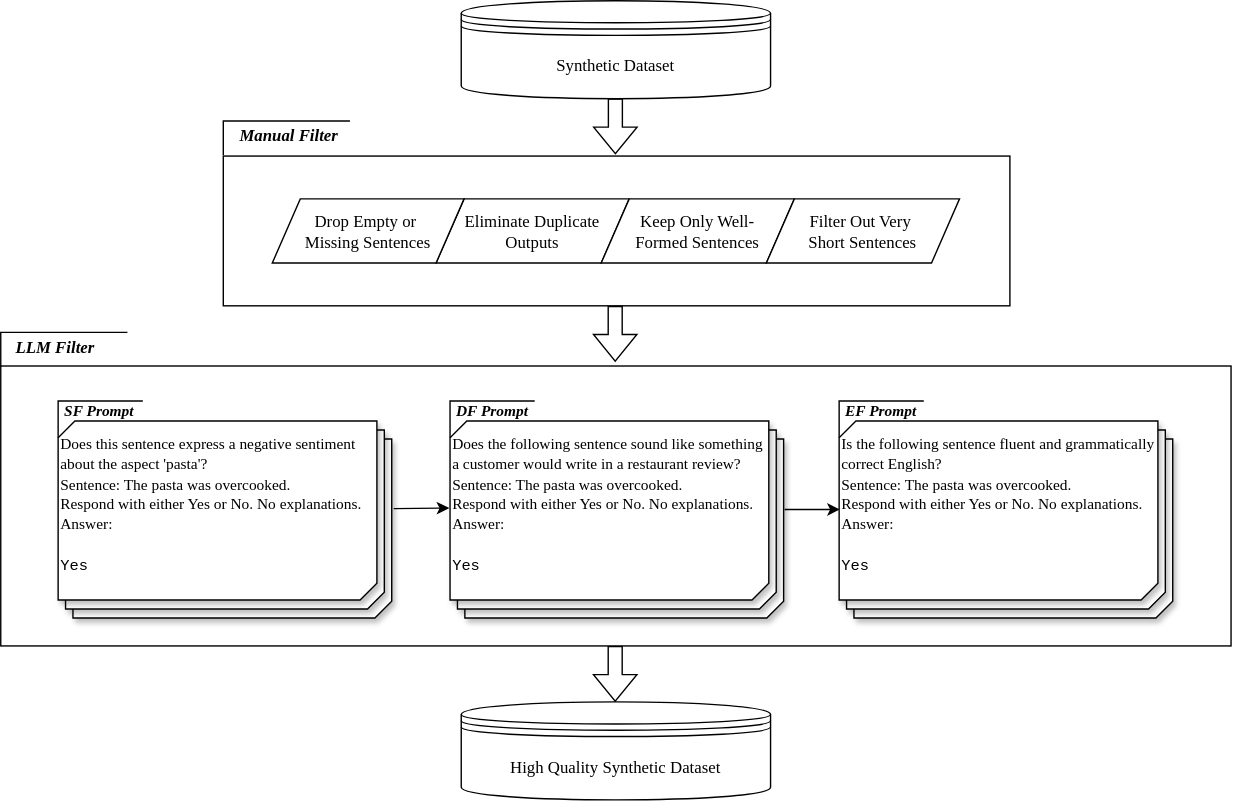
Earlier version of the draw.io export filtering_pipeline.drawio.svg (sara-kaczmarek/LLMB4ABSC). Source tidied: cells renumbered, new cells last; positions are measured from the earlier drawing's top-left corner, leaving out a move shared by most shapes.
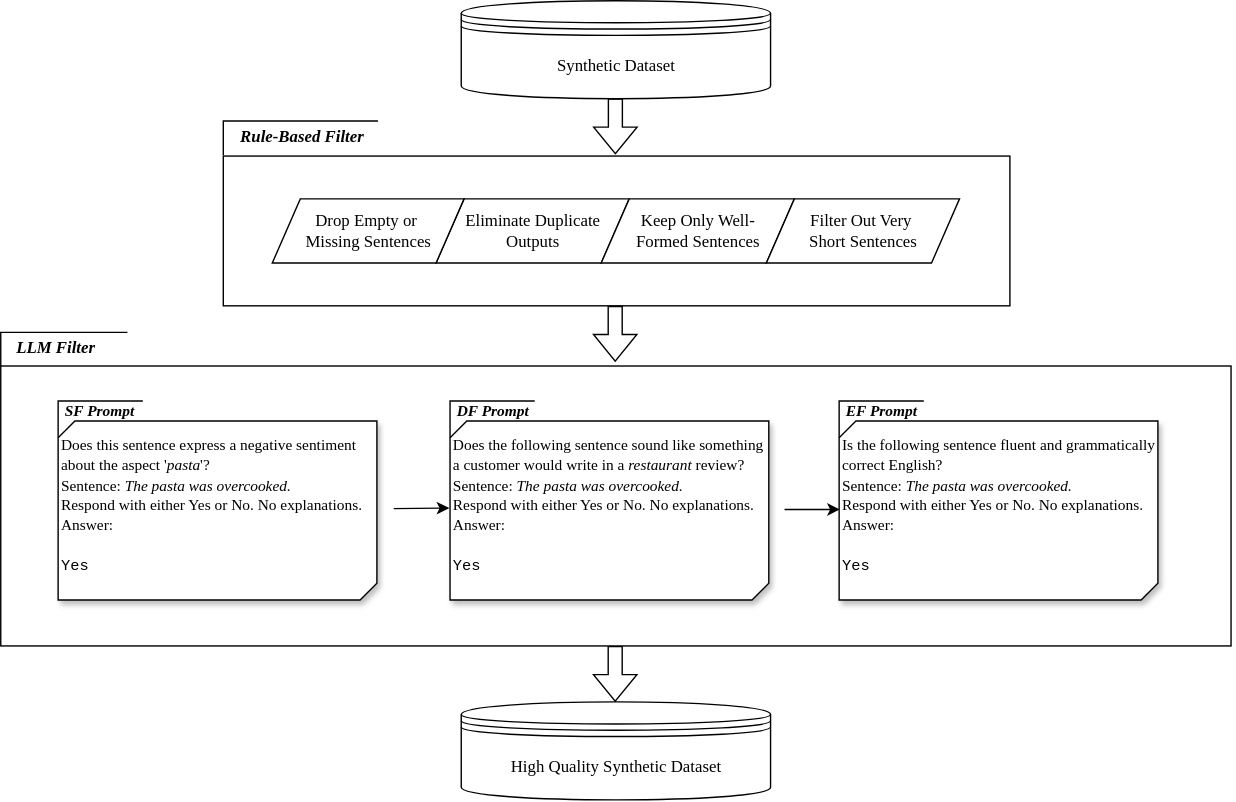
After the commit.

What changed in the source:
```diff
@@ -8,19 +8,13 @@
     <mxCell id="3" style="group;" parent="1" vertex="1">
       <mxGeometry x="41" y="281" width="841" height="160" as="geometry" />
     </mxCell>
-    <mxCell id="4" style="verticalLabelPosition=bottom;verticalAlign=top;html=1;shape=mxgraph.basic.diag_snip_rect;dx=6;whiteSpace=wrap;shadow=1;" parent="3" vertex="1">
-      <mxGeometry x="10.6" y="32.1" width="227.7" height="127.9" as="geometry" />
-    </mxCell>
-    <mxCell id="5" style="verticalLabelPosition=bottom;verticalAlign=top;html=1;shape=mxgraph.basic.diag_snip_rect;dx=6;whiteSpace=wrap;shadow=1;" parent="3" vertex="1">
-      <mxGeometry x="5.3" y="25.7" width="227.7" height="127.9" as="geometry" />
-    </mxCell>
     <mxCell id="6" style="verticalLabelPosition=bottom;verticalAlign=top;html=1;shape=mxgraph.basic.diag_snip_rect;dx=6;whiteSpace=wrap;shadow=1;" parent="3" vertex="1">
       <mxGeometry y="19.3" width="227.7" height="127.9" as="geometry" />
     </mxCell>
     <mxCell id="7" style="shape=partialRectangle;whiteSpace=wrap;html=1;bottom=0;right=0;fillColor=none;" parent="3" vertex="1">
       <mxGeometry y="5" width="60" height="25.7" as="geometry" />
     </mxCell>
-    <mxCell id="8" value="&lt;p style=&quot;&quot;&gt;&lt;br&gt;&lt;/p&gt;&lt;div style=&quot;&quot;&gt;&lt;span style=&quot;background-color: transparent;&quot;&gt;&lt;font face=&quot;Times New Roman&quot; style=&quot;font-size: 11px; color: light-dark(rgb(0, 0, 0), rgb(255, 255, 255));&quot;&gt;Does this sentence express a negative&amp;nbsp;&lt;/font&gt;&lt;/span&gt;&lt;span style=&quot;color: light-dark(rgb(0, 0, 0), rgb(255, 255, 255)); font-size: 11px; font-family: &amp;quot;Times New Roman&amp;quot;; background-color: transparent;&quot;&gt;sentiment&lt;/span&gt;&lt;/div&gt;&lt;div style=&quot;&quot;&gt;&lt;span style=&quot;color: light-dark(rgb(0, 0, 0), rgb(255, 255, 255)); font-size: 11px; font-family: &amp;quot;Times New Roman&amp;quot;; background-color: transparent;&quot;&gt;about the aspect 'pasta'?&lt;/span&gt;&lt;/div&gt;&lt;div style=&quot;&quot;&gt;&lt;span style=&quot;background-color: transparent;&quot;&gt;&lt;font face=&quot;Times New Roman&quot; style=&quot;font-size: 11px; color: light-dark(rgb(0, 0, 0), rgb(255, 255, 255));&quot;&gt;Sentence: The pasta was overcooked.&lt;/font&gt;&lt;/span&gt;&lt;/div&gt;&lt;div style=&quot;&quot;&gt;&lt;span style=&quot;background-color: transparent;&quot;&gt;&lt;font face=&quot;Times New Roman&quot; style=&quot;font-size: 11px; color: light-dark(rgb(0, 0, 0), rgb(255, 255, 255));&quot;&gt;Respond with either Yes or No. No explanations.&lt;/font&gt;&lt;/span&gt;&lt;/div&gt;&lt;div style=&quot;&quot;&gt;&lt;span style=&quot;background-color: transparent;&quot;&gt;&lt;font face=&quot;Times New Roman&quot; style=&quot;font-size: 11px; color: light-dark(rgb(0, 0, 0), rgb(255, 255, 255));&quot;&gt;Answer:&lt;/font&gt;&lt;/span&gt;&lt;/div&gt;&lt;div&gt;&lt;br&gt;&lt;/div&gt;&lt;div&gt;&lt;font style=&quot;color: light-dark(rgb(0, 0, 0), rgb(255, 255, 255));&quot; face=&quot;Courier New&quot;&gt;&lt;font style=&quot;font-size: 11px;&quot;&gt;Yes&lt;/font&gt;&lt;/font&gt;&lt;/div&gt;" style="text;html=1;align=left;verticalAlign=middle;points=[];strokeColor=none;fillColor=none;shadow=1;" parent="3" vertex="1">
+    <mxCell id="8" value="&lt;p style=&quot;&quot;&gt;&lt;br&gt;&lt;/p&gt;&lt;div style=&quot;&quot;&gt;&lt;span style=&quot;background-color: transparent;&quot;&gt;&lt;font face=&quot;Times New Roman&quot; style=&quot;font-size: 11px; color: light-dark(rgb(0, 0, 0), rgb(255, 255, 255));&quot;&gt;Does this sentence express a negative&amp;nbsp;&lt;/font&gt;&lt;/span&gt;&lt;span style=&quot;color: light-dark(rgb(0, 0, 0), rgb(255, 255, 255)); font-size: 11px; font-family: &amp;quot;Times New Roman&amp;quot;; background-color: transparent;&quot;&gt;sentiment&lt;/span&gt;&lt;/div&gt;&lt;div style=&quot;&quot;&gt;&lt;span style=&quot;color: light-dark(rgb(0, 0, 0), rgb(255, 255, 255)); font-size: 11px; font-family: &amp;quot;Times New Roman&amp;quot;; background-color: transparent;&quot;&gt;about the aspect '&lt;i&gt;pasta&lt;/i&gt;'?&lt;/span&gt;&lt;/div&gt;&lt;div style=&quot;&quot;&gt;&lt;span style=&quot;background-color: transparent;&quot;&gt;&lt;font face=&quot;Times New Roman&quot; style=&quot;font-size: 11px; color: light-dark(rgb(0, 0, 0), rgb(255, 255, 255));&quot;&gt;Sentence: &lt;i&gt;The pasta was overcooked.&lt;/i&gt;&lt;/font&gt;&lt;/span&gt;&lt;/div&gt;&lt;div style=&quot;&quot;&gt;&lt;span style=&quot;background-color: transparent;&quot;&gt;&lt;font face=&quot;Times New Roman&quot; style=&quot;font-size: 11px; color: light-dark(rgb(0, 0, 0), rgb(255, 255, 255));&quot;&gt;Respond with either Yes or No. No explanations.&lt;/font&gt;&lt;/span&gt;&lt;/div&gt;&lt;div style=&quot;&quot;&gt;&lt;span style=&quot;background-color: transparent;&quot;&gt;&lt;font face=&quot;Times New Roman&quot; style=&quot;font-size: 11px; color: light-dark(rgb(0, 0, 0), rgb(255, 255, 255));&quot;&gt;Answer:&lt;/font&gt;&lt;/span&gt;&lt;/div&gt;&lt;div&gt;&lt;br&gt;&lt;/div&gt;&lt;div&gt;&lt;font style=&quot;color: light-dark(rgb(0, 0, 0), rgb(255, 255, 255));&quot; face=&quot;Courier New&quot;&gt;&lt;font style=&quot;font-size: 11px;&quot;&gt;Yes&lt;/font&gt;&lt;/font&gt;&lt;/div&gt;" style="text;html=1;align=left;verticalAlign=middle;points=[];strokeColor=none;fillColor=none;shadow=1;" parent="3" vertex="1">
       <mxGeometry y="-15" width="240" height="150" as="geometry" />
     </mxCell>
     <mxCell id="9" style="endArrow=classic;html=1;rounded=0;exitX=0.999;exitY=0.646;exitDx=0;exitDy=0;exitPerimeter=0;entryX=0.002;entryY=0.65;entryDx=0;entryDy=0;entryPerimeter=0;" parent="3" edge="1" target="29">
@@ -52,19 +46,13 @@
     <mxCell id="17" style="group;" parent="1" vertex="1">
       <mxGeometry x="321" y="281" width="260" height="160" as="geometry" />
     </mxCell>
-    <mxCell id="18" style="verticalLabelPosition=bottom;verticalAlign=top;html=1;shape=mxgraph.basic.diag_snip_rect;dx=6;whiteSpace=wrap;shadow=1;" parent="17" vertex="1">
-      <mxGeometry x="10.6" y="32.1" width="227.7" height="127.9" as="geometry" />
-    </mxCell>
-    <mxCell id="19" style="verticalLabelPosition=bottom;verticalAlign=top;html=1;shape=mxgraph.basic.diag_snip_rect;dx=6;whiteSpace=wrap;shadow=1;" parent="17" vertex="1">
-      <mxGeometry x="5.3" y="25.7" width="227.7" height="127.9" as="geometry" />
-    </mxCell>
     <mxCell id="20" style="verticalLabelPosition=bottom;verticalAlign=top;html=1;shape=mxgraph.basic.diag_snip_rect;dx=6;whiteSpace=wrap;shadow=1;" parent="17" vertex="1">
       <mxGeometry y="19.3" width="227.7" height="127.9" as="geometry" />
     </mxCell>
     <mxCell id="21" style="shape=partialRectangle;whiteSpace=wrap;html=1;bottom=0;right=0;fillColor=none;" parent="17" vertex="1">
       <mxGeometry y="5" width="60" height="25.7" as="geometry" />
     </mxCell>
-    <mxCell id="22" value="&lt;p style=&quot;&quot;&gt;&lt;br&gt;&lt;/p&gt;&lt;div style=&quot;&quot;&gt;&lt;span style=&quot;background-color: transparent;&quot;&gt;&lt;font face=&quot;Times New Roman&quot; style=&quot;font-size: 11px; color: light-dark(rgb(0, 0, 0), rgb(255, 255, 255));&quot;&gt;Does the following sentence sound like something&amp;nbsp;&lt;/font&gt;&lt;/span&gt;&lt;/div&gt;&lt;div style=&quot;&quot;&gt;&lt;font face=&quot;Times New Roman&quot;&gt;&lt;span style=&quot;font-size: 11px;&quot;&gt;a customer would write in a restaurant review?&lt;/span&gt;&lt;/font&gt;&lt;/div&gt;&lt;div style=&quot;&quot;&gt;&lt;span style=&quot;background-color: transparent;&quot;&gt;&lt;font face=&quot;Times New Roman&quot; style=&quot;font-size: 11px; color: light-dark(rgb(0, 0, 0), rgb(255, 255, 255));&quot;&gt;Sentence: The pasta was overcooked.&lt;/font&gt;&lt;/span&gt;&lt;/div&gt;&lt;div style=&quot;&quot;&gt;&lt;span style=&quot;background-color: transparent;&quot;&gt;&lt;font face=&quot;Times New Roman&quot; style=&quot;font-size: 11px; color: light-dark(rgb(0, 0, 0), rgb(255, 255, 255));&quot;&gt;Respond with either Yes or No. No explanations.&lt;/font&gt;&lt;/span&gt;&lt;/div&gt;&lt;div style=&quot;&quot;&gt;&lt;span style=&quot;background-color: transparent;&quot;&gt;&lt;font face=&quot;Times New Roman&quot; style=&quot;font-size: 11px; color: light-dark(rgb(0, 0, 0), rgb(255, 255, 255));&quot;&gt;Answer:&lt;/font&gt;&lt;/span&gt;&lt;/div&gt;&lt;div&gt;&lt;br&gt;&lt;/div&gt;&lt;div&gt;&lt;font style=&quot;color: light-dark(rgb(0, 0, 0), rgb(255, 255, 255));&quot; face=&quot;Courier New&quot;&gt;&lt;font style=&quot;font-size: 11px;&quot;&gt;Yes&lt;/font&gt;&lt;/font&gt;&lt;/div&gt;" style="text;html=1;align=left;verticalAlign=middle;points=[];strokeColor=none;fillColor=none;shadow=1;" parent="17" vertex="1">
+    <mxCell id="22" value="&lt;p style=&quot;&quot;&gt;&lt;br&gt;&lt;/p&gt;&lt;div style=&quot;&quot;&gt;&lt;span style=&quot;background-color: transparent;&quot;&gt;&lt;font face=&quot;Times New Roman&quot; style=&quot;font-size: 11px; color: light-dark(rgb(0, 0, 0), rgb(255, 255, 255));&quot;&gt;Does the following sentence sound like something&amp;nbsp;&lt;/font&gt;&lt;/span&gt;&lt;/div&gt;&lt;div style=&quot;&quot;&gt;&lt;font face=&quot;Times New Roman&quot;&gt;&lt;span style=&quot;font-size: 11px;&quot;&gt;a customer would write in a &lt;i&gt;restaurant&lt;/i&gt; review?&lt;/span&gt;&lt;/font&gt;&lt;/div&gt;&lt;div style=&quot;&quot;&gt;&lt;span style=&quot;background-color: transparent;&quot;&gt;&lt;font face=&quot;Times New Roman&quot; style=&quot;font-size: 11px; color: light-dark(rgb(0, 0, 0), rgb(255, 255, 255));&quot;&gt;Sentence: &lt;i&gt;The pasta was overcooked.&lt;/i&gt;&lt;/font&gt;&lt;/span&gt;&lt;/div&gt;&lt;div style=&quot;&quot;&gt;&lt;span style=&quot;background-color: transparent;&quot;&gt;&lt;font face=&quot;Times New Roman&quot; style=&quot;font-size: 11px; color: light-dark(rgb(0, 0, 0), rgb(255, 255, 255));&quot;&gt;Respond with either Yes or No. No explanations.&lt;/font&gt;&lt;/span&gt;&lt;/div&gt;&lt;div style=&quot;&quot;&gt;&lt;span style=&quot;background-color: transparent;&quot;&gt;&lt;font face=&quot;Times New Roman&quot; style=&quot;font-size: 11px; color: light-dark(rgb(0, 0, 0), rgb(255, 255, 255));&quot;&gt;Answer:&lt;/font&gt;&lt;/span&gt;&lt;/div&gt;&lt;div&gt;&lt;br&gt;&lt;/div&gt;&lt;div&gt;&lt;font style=&quot;color: light-dark(rgb(0, 0, 0), rgb(255, 255, 255));&quot; face=&quot;Courier New&quot;&gt;&lt;font style=&quot;font-size: 11px;&quot;&gt;Yes&lt;/font&gt;&lt;/font&gt;&lt;/div&gt;" style="text;html=1;align=left;verticalAlign=middle;points=[];strokeColor=none;fillColor=none;shadow=1;" parent="17" vertex="1">
       <mxGeometry y="-15" width="250" height="150" as="geometry" />
     </mxCell>
     <mxCell id="23" value="&lt;b&gt;&lt;i&gt;&lt;font style=&quot;font-size: 11px;&quot; face=&quot;Times New Roman&quot;&gt;&amp;nbsp;DF Prompt&lt;/font&gt;&lt;/i&gt;&lt;/b&gt;" style="text;strokeColor=none;align=left;fillColor=none;html=1;verticalAlign=middle;whiteSpace=wrap;rounded=0;" parent="17" vertex="1">
@@ -73,19 +61,13 @@
     <mxCell id="24" style="group;" parent="1" vertex="1">
       <mxGeometry x="599" y="281" width="260" height="160" as="geometry" />
     </mxCell>
-    <mxCell id="25" style="verticalLabelPosition=bottom;verticalAlign=top;html=1;shape=mxgraph.basic.diag_snip_rect;dx=6;whiteSpace=wrap;shadow=1;" parent="24" vertex="1">
-      <mxGeometry x="10.6" y="32.1" width="227.7" height="127.9" as="geometry" />
-    </mxCell>
-    <mxCell id="26" style="verticalLabelPosition=bottom;verticalAlign=top;html=1;shape=mxgraph.basic.diag_snip_rect;dx=6;whiteSpace=wrap;shadow=1;" parent="24" vertex="1">
-      <mxGeometry x="5.3" y="25.7" width="227.7" height="127.9" as="geometry" />
-    </mxCell>
     <mxCell id="27" style="verticalLabelPosition=bottom;verticalAlign=top;html=1;shape=mxgraph.basic.diag_snip_rect;dx=6;whiteSpace=wrap;shadow=1;" parent="24" vertex="1">
       <mxGeometry y="19.3" width="227.7" height="127.9" as="geometry" />
     </mxCell>
     <mxCell id="28" style="shape=partialRectangle;whiteSpace=wrap;html=1;bottom=0;right=0;fillColor=none;" parent="24" vertex="1">
       <mxGeometry y="5" width="60" height="25.7" as="geometry" />
     </mxCell>
-    <mxCell id="29" value="&lt;p style=&quot;&quot;&gt;&lt;br&gt;&lt;/p&gt;&lt;div style=&quot;&quot;&gt;&lt;font face=&quot;Times New Roman&quot;&gt;&lt;span style=&quot;font-size: 11px;&quot;&gt;Is the following sentence fluent and grammatically&lt;/span&gt;&lt;/font&gt;&lt;/div&gt;&lt;div style=&quot;&quot;&gt;&lt;font face=&quot;Times New Roman&quot;&gt;&lt;span style=&quot;font-size: 11px;&quot;&gt;correct English?&lt;/span&gt;&lt;/font&gt;&lt;/div&gt;&lt;div style=&quot;&quot;&gt;&lt;span style=&quot;background-color: transparent;&quot;&gt;&lt;font face=&quot;Times New Roman&quot; style=&quot;font-size: 11px; color: light-dark(rgb(0, 0, 0), rgb(255, 255, 255));&quot;&gt;Sentence: The pasta was overcooked.&lt;/font&gt;&lt;/span&gt;&lt;/div&gt;&lt;div style=&quot;&quot;&gt;&lt;span style=&quot;background-color: transparent;&quot;&gt;&lt;font face=&quot;Times New Roman&quot; style=&quot;font-size: 11px; color: light-dark(rgb(0, 0, 0), rgb(255, 255, 255));&quot;&gt;Respond with either Yes or No. No explanations.&lt;/font&gt;&lt;/span&gt;&lt;/div&gt;&lt;div style=&quot;&quot;&gt;&lt;span style=&quot;background-color: transparent;&quot;&gt;&lt;font face=&quot;Times New Roman&quot; style=&quot;font-size: 11px; color: light-dark(rgb(0, 0, 0), rgb(255, 255, 255));&quot;&gt;Answer:&lt;/font&gt;&lt;/span&gt;&lt;/div&gt;&lt;div&gt;&lt;br&gt;&lt;/div&gt;&lt;div&gt;&lt;font style=&quot;color: light-dark(rgb(0, 0, 0), rgb(255, 255, 255));&quot; face=&quot;Courier New&quot;&gt;&lt;font style=&quot;font-size: 11px;&quot;&gt;Yes&lt;/font&gt;&lt;/font&gt;&lt;/div&gt;" style="text;html=1;align=left;verticalAlign=middle;points=[];strokeColor=none;fillColor=none;shadow=1;" parent="24" vertex="1">
+    <mxCell id="29" value="&lt;p style=&quot;&quot;&gt;&lt;br&gt;&lt;/p&gt;&lt;div style=&quot;&quot;&gt;&lt;font face=&quot;Times New Roman&quot;&gt;&lt;span style=&quot;font-size: 11px;&quot;&gt;Is the following sentence fluent and grammatically&lt;/span&gt;&lt;/font&gt;&lt;/div&gt;&lt;div style=&quot;&quot;&gt;&lt;font face=&quot;Times New Roman&quot;&gt;&lt;span style=&quot;font-size: 11px;&quot;&gt;correct English?&lt;/span&gt;&lt;/font&gt;&lt;/div&gt;&lt;div style=&quot;&quot;&gt;&lt;span style=&quot;background-color: transparent;&quot;&gt;&lt;font face=&quot;Times New Roman&quot; style=&quot;font-size: 11px; color: light-dark(rgb(0, 0, 0), rgb(255, 255, 255));&quot;&gt;Sentence: &lt;i&gt;The pasta was overcooked.&lt;/i&gt;&lt;/font&gt;&lt;/span&gt;&lt;/div&gt;&lt;div style=&quot;&quot;&gt;&lt;span style=&quot;background-color: transparent;&quot;&gt;&lt;font face=&quot;Times New Roman&quot; style=&quot;font-size: 11px; color: light-dark(rgb(0, 0, 0), rgb(255, 255, 255));&quot;&gt;Respond with either Yes or No. No explanations.&lt;/font&gt;&lt;/span&gt;&lt;/div&gt;&lt;div style=&quot;&quot;&gt;&lt;span style=&quot;background-color: transparent;&quot;&gt;&lt;font face=&quot;Times New Roman&quot; style=&quot;font-size: 11px; color: light-dark(rgb(0, 0, 0), rgb(255, 255, 255));&quot;&gt;Answer:&lt;/font&gt;&lt;/span&gt;&lt;/div&gt;&lt;div&gt;&lt;br&gt;&lt;/div&gt;&lt;div&gt;&lt;font style=&quot;color: light-dark(rgb(0, 0, 0), rgb(255, 255, 255));&quot; face=&quot;Courier New&quot;&gt;&lt;font style=&quot;font-size: 11px;&quot;&gt;Yes&lt;/font&gt;&lt;/font&gt;&lt;/div&gt;" style="text;html=1;align=left;verticalAlign=middle;points=[];strokeColor=none;fillColor=none;shadow=1;" parent="24" vertex="1">
       <mxGeometry y="-15" width="250" height="150" as="geometry" />
     </mxCell>
     <mxCell id="30" value="&lt;b&gt;&lt;i&gt;&lt;font style=&quot;font-size: 11px;&quot; face=&quot;Times New Roman&quot;&gt;&amp;nbsp;EF Prompt&lt;/font&gt;&lt;/i&gt;&lt;/b&gt;" style="text;strokeColor=none;align=left;fillColor=none;html=1;verticalAlign=middle;whiteSpace=wrap;rounded=0;" parent="24" vertex="1">
@@ -110,9 +92,9 @@
       <mxGeometry x="9" y="232.1" width="99" height="32" as="geometry" />
     </mxCell>
     <mxCell id="36" style="shape=partialRectangle;whiteSpace=wrap;html=1;bottom=0;right=0;fillColor=none;" parent="1" vertex="1">
-      <mxGeometry x="159" y="86" width="90" height="23.9" as="geometry" />
+      <mxGeometry x="159" y="86" width="110" height="23.9" as="geometry" />
     </mxCell>
-    <mxCell id="37" value="&lt;b&gt;&lt;i&gt;&lt;font face=&quot;Times New Roman&quot;&gt;Manual Filter&lt;/font&gt;&lt;/i&gt;&lt;/b&gt;" style="text;strokeColor=none;align=left;fillColor=none;html=1;verticalAlign=middle;whiteSpace=wrap;rounded=0;" parent="1" vertex="1">
+    <mxCell id="37" value="&lt;b&gt;&lt;i&gt;&lt;font face=&quot;Times New Roman&quot;&gt;Rule-Based Filter&lt;/font&gt;&lt;/i&gt;&lt;/b&gt;" style="text;strokeColor=none;align=left;fillColor=none;html=1;verticalAlign=middle;whiteSpace=wrap;rounded=0;" parent="1" vertex="1">
       <mxGeometry x="168.5" y="81" width="99" height="32" as="geometry" />
     </mxCell>
     <mxCell id="38" style="shape=partialRectangle;whiteSpace=wrap;html=1;bottom=0;right=0;fillColor=none;" parent="1" vertex="1">
```
